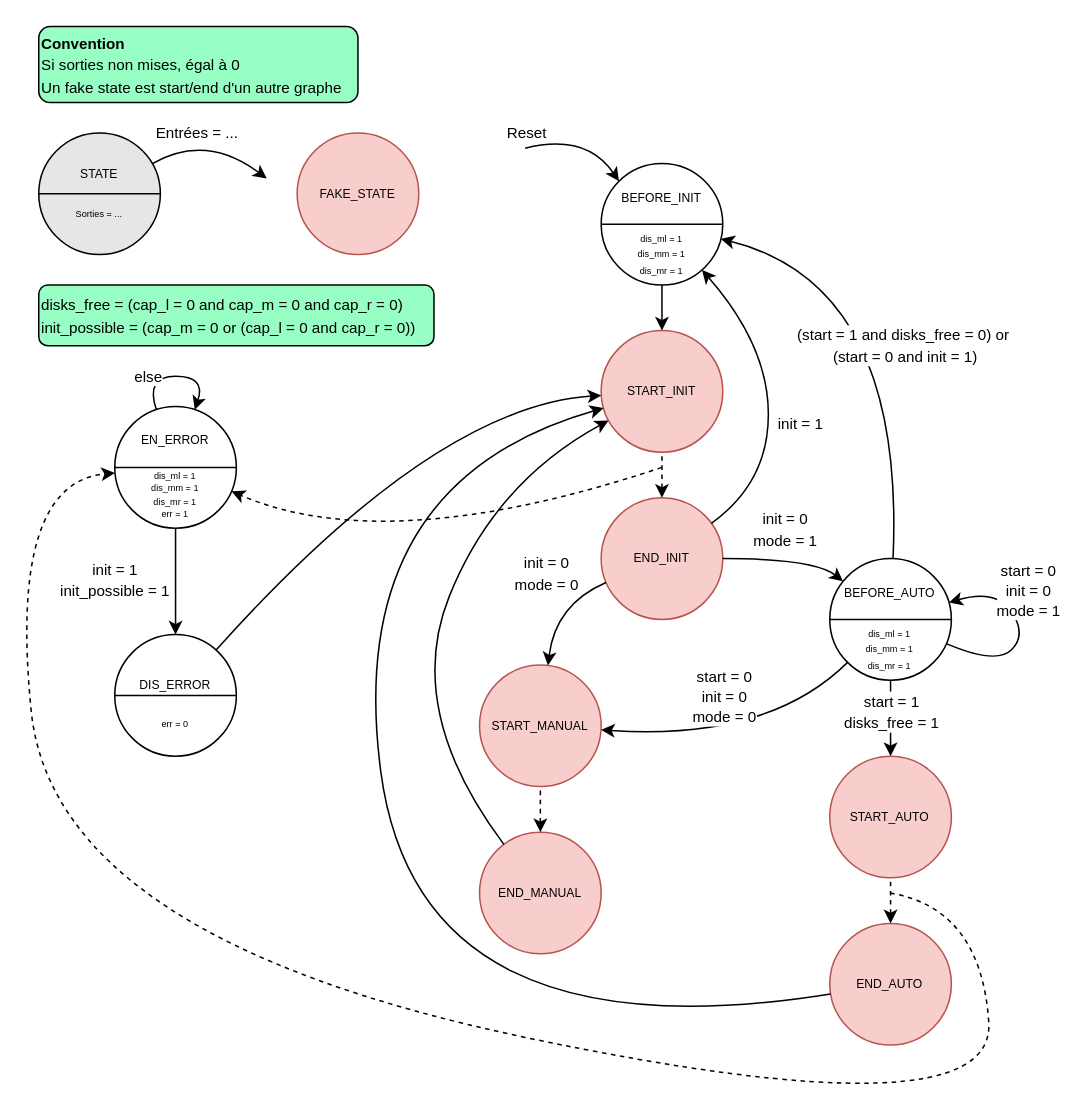
This is doc/diags/state_global.drawio from Schokiiiiiiii/csn26, a draw.io file, before an edit. Source tidied: cells renumbered, new cells numbered last; positions are measured from the earlier drawing's top-left corner, leaving out a move shared by most shapes. Both pictures are drawn from the tidied source at 152%, with x=0, y=0 at pixel (8, 26).
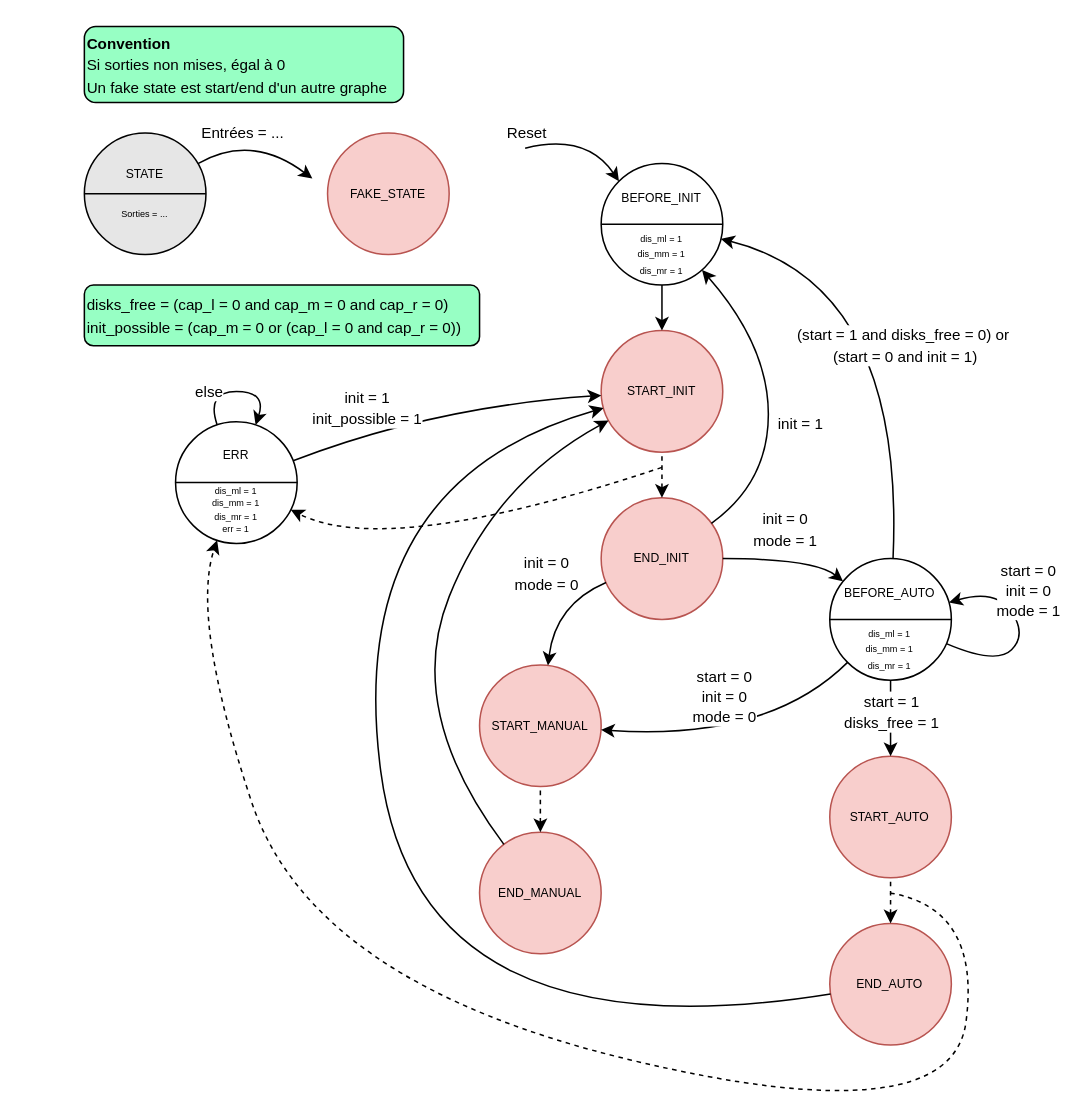
The same diagram, later.

Unchanged cells that the change refers to:
```xml
<mxCell id="6" value="&lt;div style=&quot;line-height: 90%;&quot;&gt;&lt;span style=&quot;background-color: transparent; color: light-dark(rgb(0, 0, 0), rgb(255, 255, 255));&quot;&gt;&lt;font style=&quot;font-size: 8px;&quot;&gt;START_INIT&lt;/font&gt;&lt;/span&gt;&lt;/div&gt;" style="ellipse;whiteSpace=wrap;html=1;fillColor=#f8cecc;strokeColor=#b85450;" parent="1" vertex="1">
  <mxGeometry x="390" y="200" width="80" height="80" as="geometry" />
</mxCell>
```

Change to the diagram source:
```diff
@@
     <mxCell id="32" value="&lt;font style=&quot;font-size: 10px;&quot;&gt;disks_free =&amp;nbsp;&lt;span style=&quot;background-color: transparent; color: light-dark(rgb(0, 0, 0), rgb(255, 255, 255));&quot;&gt;(cap_l = 0 and cap_m = 0 and cap_r = 0)&lt;/span&gt;&lt;/font&gt;&lt;div style=&quot;&quot;&gt;&lt;span style=&quot;background-color: transparent; color: light-dark(rgb(0, 0, 0), rgb(255, 255, 255));&quot;&gt;&lt;font style=&quot;font-size: 10px;&quot;&gt;init_possible = (cap_m = 0 or (cap_l = 0 and cap_r = 0))&lt;/font&gt;&lt;/span&gt;&lt;/div&gt;" style="rounded=1;whiteSpace=wrap;html=1;align=left;fillColor=#97FFC4;" parent="1" vertex="1">
-      <mxGeometry x="20" y="170" width="260" height="40" as="geometry" />
+      <mxGeometry x="50" y="170" width="260" height="40" as="geometry" />
     </mxCell>
@@
-    <mxCell id="35" value="&lt;div style=&quot;line-height: 90%;&quot;&gt;&lt;br&gt;&lt;/div&gt;&lt;div style=&quot;line-height: 70%;&quot;&gt;&lt;font style=&quot;line-height: 90%;&quot;&gt;&lt;font style=&quot;font-size: 8px;&quot;&gt;EN_ERROR&lt;/font&gt;&lt;/font&gt;&lt;/div&gt;&lt;div style=&quot;line-height: 70%;&quot;&gt;&lt;span style=&quot;font-size: 8px;&quot;&gt;&lt;br&gt;&lt;/span&gt;&lt;div&gt;&lt;span&gt;&lt;font style=&quot;font-size: 6px; line-height: 70%;&quot;&gt;dis_ml = 1&lt;/font&gt;&lt;/span&gt;&lt;/div&gt;&lt;div&gt;&lt;span&gt;&lt;font style=&quot;font-size: 6px; line-height: 70%;&quot;&gt;dis_mm = 1&lt;/font&gt;&lt;/span&gt;&lt;/div&gt;&lt;div&gt;&lt;span&gt;&lt;font style=&quot;font-size: 6px; line-height: 70%;&quot;&gt;dis_mr = 1&lt;/font&gt;&lt;/span&gt;&lt;/div&gt;&lt;div&gt;&lt;span style=&quot;font-size: 6px;&quot;&gt;err = 1&lt;/span&gt;&lt;/div&gt;&lt;/div&gt;" style="ellipse;whiteSpace=wrap;html=1;" parent="1" vertex="1">
-      <mxGeometry x="70" y="250" width="80" height="80" as="geometry" />
+    <mxCell id="35" value="&lt;div style=&quot;line-height: 90%;&quot;&gt;&lt;br&gt;&lt;/div&gt;&lt;div style=&quot;line-height: 70%;&quot;&gt;&lt;font style=&quot;line-height: 90%;&quot;&gt;&lt;font style=&quot;font-size: 8px;&quot;&gt;ERR&lt;/font&gt;&lt;/font&gt;&lt;/div&gt;&lt;div style=&quot;line-height: 70%;&quot;&gt;&lt;span style=&quot;font-size: 8px;&quot;&gt;&lt;br&gt;&lt;/span&gt;&lt;div&gt;&lt;span&gt;&lt;font style=&quot;font-size: 6px; line-height: 70%;&quot;&gt;dis_ml = 1&lt;/font&gt;&lt;/span&gt;&lt;/div&gt;&lt;div&gt;&lt;span&gt;&lt;font style=&quot;font-size: 6px; line-height: 70%;&quot;&gt;dis_mm = 1&lt;/font&gt;&lt;/span&gt;&lt;/div&gt;&lt;div&gt;&lt;span&gt;&lt;font style=&quot;font-size: 6px; line-height: 70%;&quot;&gt;dis_mr = 1&lt;/font&gt;&lt;/span&gt;&lt;/div&gt;&lt;div&gt;&lt;span style=&quot;font-size: 6px;&quot;&gt;err = 1&lt;/span&gt;&lt;/div&gt;&lt;/div&gt;" style="ellipse;whiteSpace=wrap;html=1;" parent="1" vertex="1">
+      <mxGeometry x="110" y="260" width="80" height="80" as="geometry" />
     </mxCell>
@@
-    <mxCell id="37" value="&lt;div style=&quot;line-height: 90%;&quot;&gt;&lt;font style=&quot;font-size: 6px; line-height: 90%;&quot;&gt;&lt;span&gt;&lt;br&gt;&lt;/span&gt;&lt;/font&gt;&lt;/div&gt;&lt;div style=&quot;line-height: 90%;&quot;&gt;&lt;font style=&quot;line-height: 90%;&quot;&gt;&lt;font style=&quot;font-size: 8px;&quot;&gt;DIS_ERROR&lt;/font&gt;&lt;br&gt;&lt;/font&gt;&lt;div&gt;&lt;font style=&quot;font-size: 6px;&quot;&gt;&lt;br&gt;&lt;/font&gt;&lt;/div&gt;&lt;div&gt;&lt;span style=&quot;font-size: 6px;&quot;&gt;err = 0&lt;/span&gt;&lt;/div&gt;&lt;/div&gt;" style="ellipse;whiteSpace=wrap;html=1;" parent="1" vertex="1">
-      <mxGeometry x="70" y="400" width="80" height="80" as="geometry" />
-    </mxCell>
-    <mxCell id="38" style="endArrow=none;html=1;rounded=0;exitX=0;exitY=0.5;exitDx=0;exitDy=0;entryX=1;entryY=0.5;entryDx=0;entryDy=0;" parent="1" edge="1" source="37" target="37">
-      <mxGeometry relative="1" as="geometry" />
-    </mxCell>
-    <mxCell id="39" style="endArrow=classic;html=1;rounded=0;" parent="1" edge="1" source="35" target="37">
-      <mxGeometry relative="1" as="geometry" />
-    </mxCell>
-    <mxCell id="40" value="&lt;div&gt;&lt;font style=&quot;font-size: 10px;&quot;&gt;init = 1&lt;/font&gt;&lt;/div&gt;&lt;font style=&quot;font-size: 10px;&quot;&gt;init_possible = 1&lt;/font&gt;" style="edgeLabel;html=1;align=center;verticalAlign=middle;" parent="39" vertex="1">
-      <mxGeometry x="-0.13" y="-3" relative="1" as="geometry">
-        <mxPoint x="-38" y="3" as="offset" />
-      </mxGeometry>
-    </mxCell>
     <mxCell id="41" style="curved=1;endArrow=classic;html=1;rounded=0;" parent="1" edge="1" source="35" target="35">
       <mxGeometry relative="1" as="geometry">
         <Array as="points">
-          <mxPoint x="90" y="230" />
+          <mxPoint x="130" y="240" />
         </Array>
       </mxGeometry>
     </mxCell>
@@
-    <mxCell id="43" style="curved=1;endArrow=classic;html=1;rounded=0;" parent="1" edge="1" source="37" target="6">
+    <mxCell id="43" style="curved=1;endArrow=classic;html=1;rounded=0;" parent="1" edge="1" source="35" target="6">
       <mxGeometry relative="1" as="geometry">
         <Array as="points">
           <mxPoint x="280" y="250" />
         </Array>
       </mxGeometry>
     </mxCell>
+    <mxCell id="40" value="&lt;div&gt;&lt;font style=&quot;font-size: 10px;&quot;&gt;init = 1&lt;/font&gt;&lt;/div&gt;&lt;font style=&quot;font-size: 10px;&quot;&gt;init_possible = 1&lt;/font&gt;" style="edgeLabel;html=1;align=center;verticalAlign=middle;" parent="43" vertex="1">
+      <mxGeometry x="-0.51" y="-2" relative="1" as="geometry">
+        <mxPoint y="-19" as="offset" />
+      </mxGeometry>
+    </mxCell>
@@
     <mxCell id="45" style="curved=1;endArrow=classic;html=1;rounded=0;dashed=1;" parent="1" edge="1" target="35">
       <mxGeometry relative="1" as="geometry">
         <mxPoint x="580" y="570" as="sourcePoint" />
         <Array as="points">
           <mxPoint x="640" y="580" />
-          <mxPoint x="650" y="730" />
-          <mxPoint x="30" y="600" />
-          <mxPoint y="300" />
+          <mxPoint x="620" y="730" />
+          <mxPoint x="200" y="630" />
+          <mxPoint x="120" y="390" />
         </Array>
       </mxGeometry>
     </mxCell>
     <mxCell id="46" value="&lt;div style=&quot;line-height: 90%;&quot;&gt;&lt;span style=&quot;font-size: 8px; background-color: transparent; color: light-dark(rgb(0, 0, 0), rgb(255, 255, 255));&quot;&gt;STATE&lt;/span&gt;&lt;/div&gt;&lt;div style=&quot;line-height: 90%;&quot;&gt;&lt;span style=&quot;font-size: 8px; background-color: transparent; color: light-dark(rgb(0, 0, 0), rgb(255, 255, 255));&quot;&gt;&lt;br&gt;&lt;/span&gt;&lt;/div&gt;&lt;div style=&quot;line-height: 90%;&quot;&gt;&lt;div&gt;&lt;span style=&quot;font-size: 6px;&quot;&gt;Sorties = ...&lt;/span&gt;&lt;/div&gt;&lt;/div&gt;" style="ellipse;whiteSpace=wrap;html=1;fillColor=#E6E6E6;" parent="1" vertex="1">
-      <mxGeometry x="20" y="70" width="80" height="80" as="geometry" />
+      <mxGeometry x="50" y="70" width="80" height="80" as="geometry" />
     </mxCell>
@@
     <mxCell id="48" style="curved=1;endArrow=classic;html=1;rounded=0;" parent="1" edge="1" source="46">
       <mxGeometry relative="1" as="geometry">
-        <mxPoint x="170" y="100" as="targetPoint" />
+        <mxPoint x="200" y="100" as="targetPoint" />
         <Array as="points">
-          <mxPoint x="130" y="70" />
+          <mxPoint x="160" y="70" />
         </Array>
       </mxGeometry>
     </mxCell>
@@
     <mxCell id="50" value="&lt;div&gt;&lt;font style=&quot;font-size: 10px;&quot;&gt;&lt;b&gt;Convention&lt;/b&gt;&lt;/font&gt;&lt;div&gt;&lt;font style=&quot;font-size: 10px;&quot;&gt;Si sorties non mises, égal à 0&lt;/font&gt;&lt;/div&gt;&lt;/div&gt;&lt;div&gt;&lt;span style=&quot;font-size: 10px;&quot;&gt;Un fake state est start/end d'un autre graphe&lt;/span&gt;&lt;/div&gt;" style="rounded=1;whiteSpace=wrap;html=1;align=left;fillColor=#97FFC4;" parent="1" vertex="1">
-      <mxGeometry x="20" width="210" height="50" as="geometry" />
+      <mxGeometry x="50" width="210" height="50" as="geometry" />
     </mxCell>
     <mxCell id="51" value="&lt;div style=&quot;line-height: 90%;&quot;&gt;&lt;span style=&quot;font-size: 8px;&quot;&gt;FAKE_STATE&lt;/span&gt;&lt;/div&gt;" style="ellipse;whiteSpace=wrap;html=1;fillColor=#f8cecc;strokeColor=#b85450;" parent="1" vertex="1">
-      <mxGeometry x="190" y="70" width="80" height="80" as="geometry" />
+      <mxGeometry x="210" y="70" width="80" height="80" as="geometry" />
     </mxCell>
```
